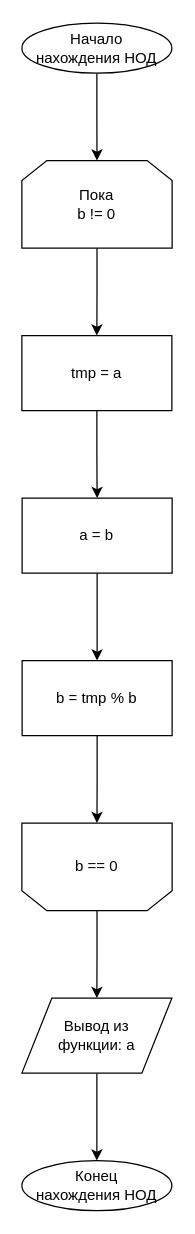
Above: page "НОД" (8 of 10) of flowcharts/Flowchart.drawio in DvaMishkiLapa/LongArithmeticCalc (draw.io), before the change. Source tidied: cells renumbered, new cells numbered last; positions are measured from the earlier drawing's top-left corner, leaving out a move shared by most shapes. Both pictures are drawn from the tidied source at 125%, with x=0, y=0 at pixel (21, 22).
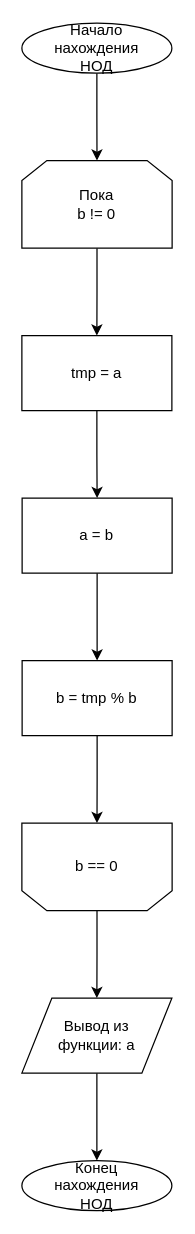
Above is the later version.

Diff of the diagram source:
```diff
@@
 <mxGraphModel>
   <root>
     <mxCell id="0" />
     <mxCell id="1" parent="0" />
     <mxCell id="2" style="edgeStyle=orthogonalEdgeStyle;rounded=0;jettySize=auto;html=1;" parent="1" edge="1" source="3" target="5">
       <mxGeometry relative="1" as="geometry" />
     </mxCell>
-    <mxCell id="3" value="Начало&lt;br&gt;нахождения НОД" style="ellipse;whiteSpace=wrap;html=1;" parent="1" vertex="1">
+    <mxCell id="3" value="Начало&lt;br&gt;нахождения&lt;br&gt;НОД" style="ellipse;whiteSpace=wrap;html=1;" parent="1" vertex="1">
       <mxGeometry width="120" height="40" as="geometry" />
     </mxCell>
     <mxCell id="4" style="edgeStyle=orthogonalEdgeStyle;rounded=0;jettySize=auto;html=1;endArrow=classic;endFill=1;" parent="1" edge="1" source="5" target="7">
       <mxGeometry relative="1" as="geometry" />
     </mxCell>
     <mxCell id="5" value="Пока&lt;br&gt;b != 0" style="shape=loopLimit;whiteSpace=wrap;html=1;" parent="1" vertex="1">
       <mxGeometry y="110" width="120.2" height="70" as="geometry" />
     </mxCell>
     <mxCell id="6" style="edgeStyle=orthogonalEdgeStyle;rounded=0;jettySize=auto;html=1;endArrow=classic;endFill=1;" parent="1" edge="1" source="7" target="9">
       <mxGeometry relative="1" as="geometry" />
     </mxCell>
     <mxCell id="7" value="tmp = a" style="rounded=0;whiteSpace=wrap;html=1;" parent="1" vertex="1">
       <mxGeometry y="250" width="120" height="60" as="geometry" />
     </mxCell>
     <mxCell id="8" style="edgeStyle=orthogonalEdgeStyle;rounded=0;jettySize=auto;html=1;endArrow=classic;endFill=1;" parent="1" edge="1" source="9" target="11">
       <mxGeometry relative="1" as="geometry" />
     </mxCell>
     <mxCell id="9" value="a = b" style="rounded=0;whiteSpace=wrap;html=1;" parent="1" vertex="1">
       <mxGeometry x="0.2" y="380" width="120" height="60" as="geometry" />
     </mxCell>
     <mxCell id="10" style="edgeStyle=orthogonalEdgeStyle;rounded=0;jettySize=auto;html=1;endArrow=classic;endFill=1;" parent="1" edge="1" source="11" target="13">
       <mxGeometry relative="1" as="geometry" />
     </mxCell>
     <mxCell id="11" value="b = tmp % b" style="rounded=0;whiteSpace=wrap;html=1;" parent="1" vertex="1">
       <mxGeometry x="0.2" y="510" width="120" height="60" as="geometry" />
     </mxCell>
     <mxCell id="12" style="edgeStyle=orthogonalEdgeStyle;rounded=0;jettySize=auto;html=1;endArrow=classic;endFill=1;" parent="1" edge="1" source="13" target="15">
       <mxGeometry relative="1" as="geometry" />
     </mxCell>
     <mxCell id="13" value="b == 0" style="shape=loopLimit;whiteSpace=wrap;html=1;size=20;gradientColor=none;rounded=0;comic=0;shadow=0;direction=west;" parent="1" vertex="1">
       <mxGeometry y="640" width="120.2" height="70" as="geometry" />
     </mxCell>
     <mxCell id="14" style="edgeStyle=orthogonalEdgeStyle;rounded=0;jettySize=auto;html=1;endArrow=classic;endFill=1;" parent="1" edge="1" source="15" target="16">
       <mxGeometry relative="1" as="geometry" />
     </mxCell>
     <mxCell id="15" value="Вывод из&lt;br&gt;функции: a" style="shape=parallelogram;perimeter=parallelogramPerimeter;whiteSpace=wrap;html=1;" parent="1" vertex="1">
       <mxGeometry y="780" width="120" height="60" as="geometry" />
     </mxCell>
-    <mxCell id="16" value="Конец&lt;br&gt;нахождения НОД" style="ellipse;whiteSpace=wrap;html=1;" parent="1" vertex="1">
+    <mxCell id="16" value="Конец&lt;br&gt;нахождения&lt;br&gt;НОД" style="ellipse;whiteSpace=wrap;html=1;" parent="1" vertex="1">
       <mxGeometry y="910" width="120" height="40" as="geometry" />
     </mxCell>
   </root>
 </mxGraphModel>
```
